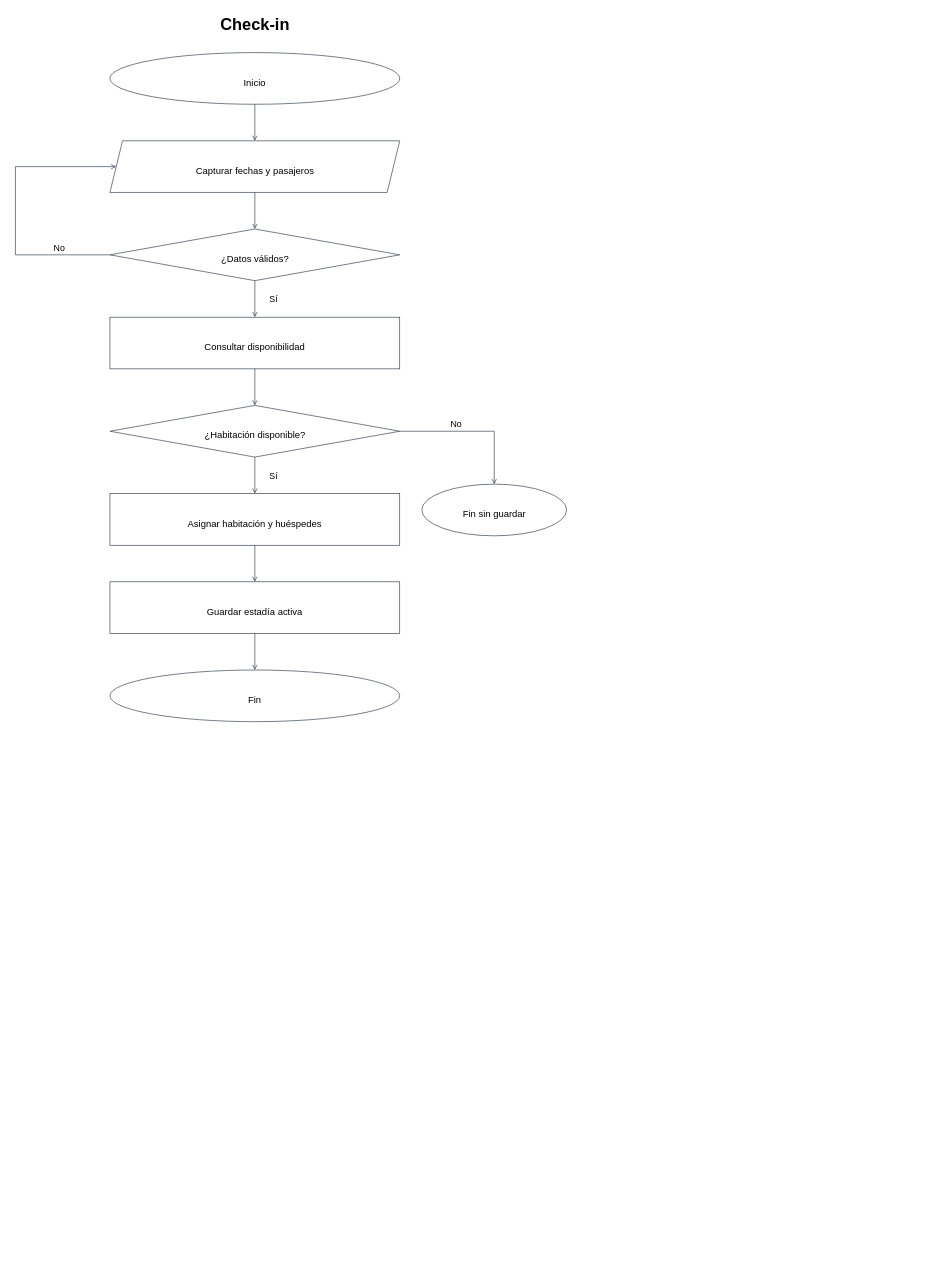
Above: diagramas-editables/flujo-check-in.drawio in Yutre3/hotel-duerme-bien (draw.io), before the change. Source tidied: cells renumbered, new cells numbered last; positions are measured from the earlier drawing's top-left corner, leaving out a move shared by most shapes. Both pictures are drawn from the tidied source at 63%, with x=0, y=0 at pixel (15, 11).
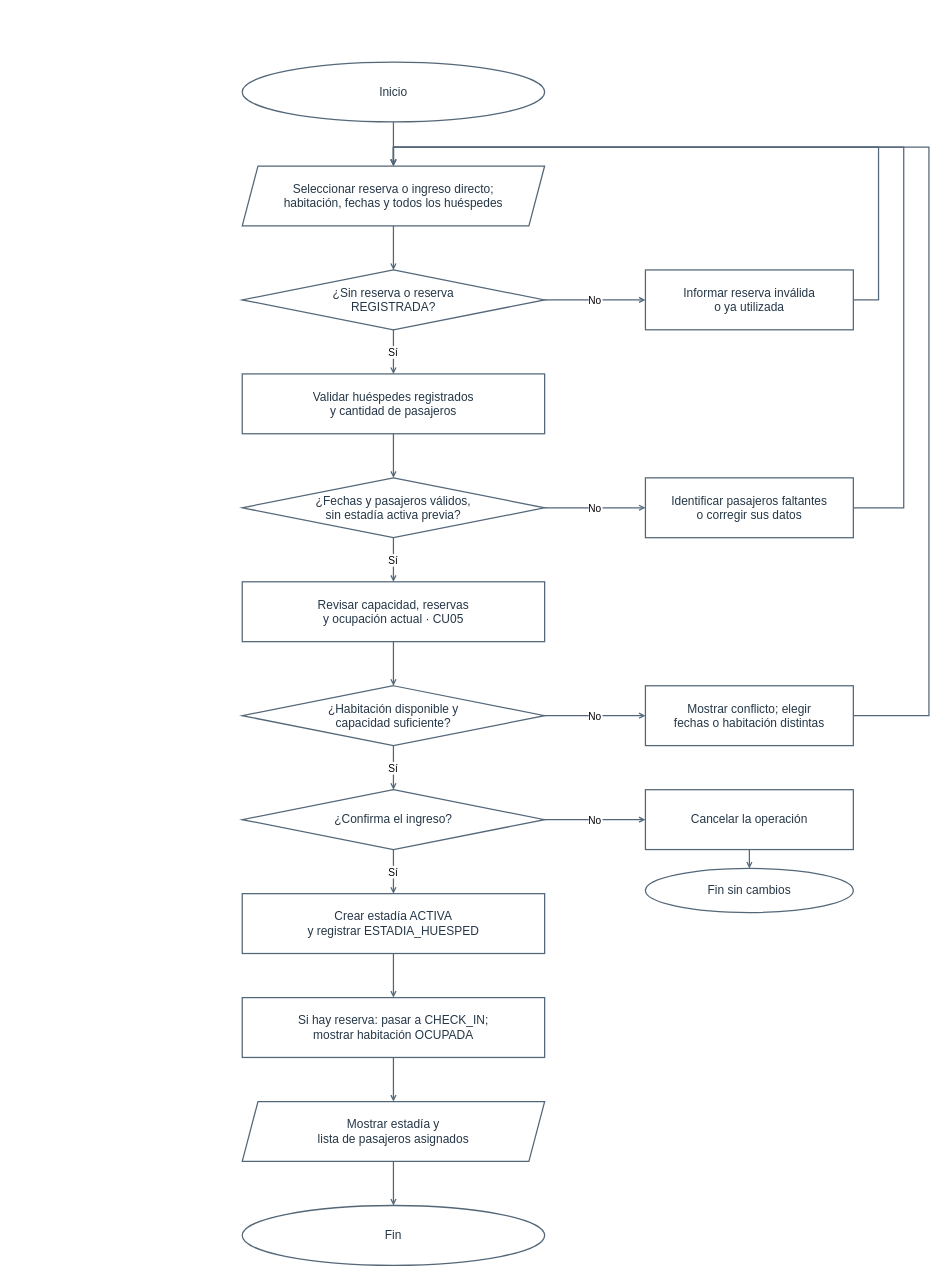
After the change.

Change to the diagram source:
```diff
@@
-    <mxCell id="2" value="Check-in" style="text;html=0;whiteSpace=wrap;strokeColor=none;fillColor=none;align=center;fontSize=26.0;fontStyle=1;" parent="1" vertex="1">
-      <mxGeometry x="317.6" width="124.8" height="36.4" as="geometry" />
-    </mxCell>
-    <mxCell id="3" style="html=0;strokeColor=#263545;fillColor=#ffffff;shape=ellipse;" parent="1" vertex="1">
-      <mxGeometry x="150" y="66" width="460" height="82" as="geometry" />
-    </mxCell>
-    <mxCell id="4" value="Inicio" style="text;html=0;whiteSpace=wrap;strokeColor=none;fillColor=none;align=center;fontSize=15.0;fontStyle=0;" parent="1" vertex="1">
-      <mxGeometry x="353" y="98" width="54" height="21" as="geometry" />
+    <mxCell id="4" value="Inicio" style="ellipse;html=0;whiteSpace=wrap;strokeColor=#546778;strokeWidth=2;fillColor=#ffffff;fontColor=#253747;fontSize=19;" parent="1" vertex="1">
+      <mxGeometry x="360" y="81" width="480" height="95" as="geometry" />
     </mxCell>
-    <mxCell id="5" style="html=0;strokeColor=#263545;endArrow=open;" parent="1" edge="1">
-      <mxGeometry relative="1" as="geometry">
-        <mxPoint x="380" y="148" as="sourcePoint" />
-        <mxPoint x="380" y="206" as="targetPoint" />
-      </mxGeometry>
-    </mxCell>
-    <mxCell id="6" style="html=0;strokeColor=#263545;fillColor=#ffffff;shape=parallelogram;fixedSize=1;size=20;" parent="1" vertex="1">
-      <mxGeometry x="150" y="206" width="460" height="82" as="geometry" />
-    </mxCell>
-    <mxCell id="7" value="Capturar fechas y pasajeros" style="text;html=0;whiteSpace=wrap;strokeColor=none;fillColor=none;align=center;fontSize=15.0;fontStyle=0;" parent="1" vertex="1">
-      <mxGeometry x="258.5" y="238" width="243" height="21" as="geometry" />
-    </mxCell>
-    <mxCell id="8" style="html=0;strokeColor=#263545;endArrow=open;" parent="1" edge="1">
-      <mxGeometry relative="1" as="geometry">
-        <mxPoint x="380" y="288" as="sourcePoint" />
-        <mxPoint x="380" y="346" as="targetPoint" />
-      </mxGeometry>
-    </mxCell>
-    <mxCell id="9" style="html=0;strokeColor=#263545;fillColor=#ffffff;shape=rhombus;" parent="1" vertex="1">
-      <mxGeometry x="150" y="346" width="460" height="82" as="geometry" />
-    </mxCell>
-    <mxCell id="10" value="¿Datos válidos?" style="text;html=0;whiteSpace=wrap;strokeColor=none;fillColor=none;align=center;fontSize=15.0;fontStyle=0;" parent="1" vertex="1">
-      <mxGeometry x="312.5" y="378" width="135" height="21" as="geometry" />
-    </mxCell>
-    <mxCell id="11" style="html=0;strokeColor=#263545;endArrow=open;" parent="1" edge="1">
-      <mxGeometry relative="1" as="geometry">
-        <mxPoint x="380" y="428" as="sourcePoint" />
-        <mxPoint x="380" y="486" as="targetPoint" />
-      </mxGeometry>
-    </mxCell>
-    <mxCell id="12" value="Sí" style="text;html=0;whiteSpace=wrap;strokeColor=none;fillColor=none;align=center;fontSize=14.0;fontStyle=0;" parent="1" vertex="1">
-      <mxGeometry x="390" y="443" width="40" height="19.6" as="geometry" />
-    </mxCell>
-    <mxCell id="13" style="html=0;strokeColor=#263545;fillColor=#ffffff;shape=rectangle;" parent="1" vertex="1">
-      <mxGeometry x="150" y="486" width="460" height="82" as="geometry" />
-    </mxCell>
-    <mxCell id="14" value="Consultar disponibilidad" style="text;html=0;whiteSpace=wrap;strokeColor=none;fillColor=none;align=center;fontSize=15.0;fontStyle=0;" parent="1" vertex="1">
-      <mxGeometry x="272" y="518" width="216" height="21" as="geometry" />
-    </mxCell>
-    <mxCell id="15" style="html=0;strokeColor=#263545;endArrow=open;" parent="1" edge="1">
-      <mxGeometry relative="1" as="geometry">
-        <mxPoint x="380" y="568" as="sourcePoint" />
-        <mxPoint x="380" y="626" as="targetPoint" />
-      </mxGeometry>
-    </mxCell>
-    <mxCell id="16" style="html=0;strokeColor=#263545;fillColor=#ffffff;shape=rhombus;" parent="1" vertex="1">
-      <mxGeometry x="150" y="626" width="460" height="82" as="geometry" />
-    </mxCell>
-    <mxCell id="17" value="¿Habitación disponible?" style="text;html=0;whiteSpace=wrap;strokeColor=none;fillColor=none;align=center;fontSize=15.0;fontStyle=0;" parent="1" vertex="1">
-      <mxGeometry x="276.5" y="658" width="207" height="21" as="geometry" />
-    </mxCell>
-    <mxCell id="18" style="html=0;strokeColor=#263545;endArrow=open;" parent="1" edge="1">
-      <mxGeometry relative="1" as="geometry">
-        <mxPoint x="380" y="708" as="sourcePoint" />
-        <mxPoint x="380" y="766" as="targetPoint" />
-      </mxGeometry>
-    </mxCell>
-    <mxCell id="19" value="Sí" style="text;html=0;whiteSpace=wrap;strokeColor=none;fillColor=none;align=center;fontSize=14.0;fontStyle=0;" parent="1" vertex="1">
-      <mxGeometry x="390" y="723" width="40" height="19.6" as="geometry" />
-    </mxCell>
-    <mxCell id="20" style="html=0;strokeColor=#263545;fillColor=#ffffff;shape=rectangle;" parent="1" vertex="1">
-      <mxGeometry x="150" y="766" width="460" height="82" as="geometry" />
-    </mxCell>
-    <mxCell id="21" value="Asignar habitación y huéspedes" style="text;html=0;whiteSpace=wrap;strokeColor=none;fillColor=none;align=center;fontSize=15.0;fontStyle=0;" parent="1" vertex="1">
-      <mxGeometry x="245" y="798" width="270" height="21" as="geometry" />
-    </mxCell>
-    <mxCell id="22" style="html=0;strokeColor=#263545;endArrow=open;" parent="1" edge="1">
-      <mxGeometry relative="1" as="geometry">
-        <mxPoint x="380" y="848" as="sourcePoint" />
-        <mxPoint x="380" y="906" as="targetPoint" />
-      </mxGeometry>
-    </mxCell>
-    <mxCell id="23" style="html=0;strokeColor=#263545;fillColor=#ffffff;shape=rectangle;" parent="1" vertex="1">
-      <mxGeometry x="150" y="906" width="460" height="82" as="geometry" />
-    </mxCell>
-    <mxCell id="24" value="Guardar estadía activa" style="text;html=0;whiteSpace=wrap;strokeColor=none;fillColor=none;align=center;fontSize=15.0;fontStyle=0;" parent="1" vertex="1">
-      <mxGeometry x="281" y="938" width="198" height="21" as="geometry" />
-    </mxCell>
-    <mxCell id="25" style="html=0;strokeColor=#263545;endArrow=open;" parent="1" edge="1">
-      <mxGeometry relative="1" as="geometry">
-        <mxPoint x="380" y="988" as="sourcePoint" />
-        <mxPoint x="380" y="1046" as="targetPoint" />
-      </mxGeometry>
-    </mxCell>
-    <mxCell id="26" style="html=0;strokeColor=#263545;fillColor=#ffffff;shape=ellipse;" parent="1" vertex="1">
-      <mxGeometry x="150" y="1046" width="460" height="82" as="geometry" />
-    </mxCell>
+    <mxCell id="37" value="Seleccionar reserva o ingreso directo;&#10;habitación, fechas y todos los huéspedes" style="shape=parallelogram;fixedSize=1;size=25;html=0;whiteSpace=wrap;strokeColor=#546778;strokeWidth=2;fillColor=#ffffff;fontColor=#253747;fontSize=19;" parent="1" vertex="1">
+      <mxGeometry x="360" y="246" width="480" height="95" as="geometry" />
+    </mxCell>
+    <mxCell id="38" value="¿Sin reserva o reserva&#10;REGISTRADA?" style="rhombus;html=0;whiteSpace=wrap;strokeColor=#546778;strokeWidth=2;fillColor=#ffffff;fontColor=#253747;fontSize=19;" parent="1" vertex="1">
+      <mxGeometry x="360" y="411" width="480" height="95" as="geometry" />
+    </mxCell>
+    <mxCell id="39" value="Validar huéspedes registrados&#10;y cantidad de pasajeros" style="rounded=0;html=0;whiteSpace=wrap;strokeColor=#546778;strokeWidth=2;fillColor=#ffffff;fontColor=#253747;fontSize=19;" parent="1" vertex="1">
+      <mxGeometry x="360" y="576" width="480" height="95" as="geometry" />
+    </mxCell>
+    <mxCell id="40" value="¿Fechas y pasajeros válidos,&#10;sin estadía activa previa?" style="rhombus;html=0;whiteSpace=wrap;strokeColor=#546778;strokeWidth=2;fillColor=#ffffff;fontColor=#253747;fontSize=19;" parent="1" vertex="1">
+      <mxGeometry x="360" y="741" width="480" height="95" as="geometry" />
+    </mxCell>
+    <mxCell id="41" value="Revisar capacidad, reservas&#10;y ocupación actual · CU05" style="rounded=0;html=0;whiteSpace=wrap;strokeColor=#546778;strokeWidth=2;fillColor=#ffffff;fontColor=#253747;fontSize=19;" parent="1" vertex="1">
+      <mxGeometry x="360" y="906" width="480" height="95" as="geometry" />
+    </mxCell>
+    <mxCell id="42" value="¿Habitación disponible y&#10;capacidad suficiente?" style="rhombus;html=0;whiteSpace=wrap;strokeColor=#546778;strokeWidth=2;fillColor=#ffffff;fontColor=#253747;fontSize=19;" parent="1" vertex="1">
+      <mxGeometry x="360" y="1071" width="480" height="95" as="geometry" />
+    </mxCell>
+    <mxCell id="43" value="¿Confirma el ingreso?" style="rhombus;html=0;whiteSpace=wrap;strokeColor=#546778;strokeWidth=2;fillColor=#ffffff;fontColor=#253747;fontSize=19;" parent="1" vertex="1">
+      <mxGeometry x="360" y="1236" width="480" height="95" as="geometry" />
+    </mxCell>
+    <mxCell id="44" value="Crear estadía ACTIVA&#10;y registrar ESTADIA_HUESPED" style="rounded=0;html=0;whiteSpace=wrap;strokeColor=#546778;strokeWidth=2;fillColor=#ffffff;fontColor=#253747;fontSize=19;" parent="1" vertex="1">
+      <mxGeometry x="360" y="1401" width="480" height="95" as="geometry" />
+    </mxCell>
+    <mxCell id="45" value="Si hay reserva: pasar a CHECK_IN;&#10;mostrar habitación OCUPADA" style="rounded=0;html=0;whiteSpace=wrap;strokeColor=#546778;strokeWidth=2;fillColor=#ffffff;fontColor=#253747;fontSize=19;" parent="1" vertex="1">
+      <mxGeometry x="360" y="1566" width="480" height="95" as="geometry" />
+    </mxCell>
+    <mxCell id="46" value="Mostrar estadía y&#10;lista de pasajeros asignados" style="shape=parallelogram;fixedSize=1;size=25;html=0;whiteSpace=wrap;strokeColor=#546778;strokeWidth=2;fillColor=#ffffff;fontColor=#253747;fontSize=19;" parent="1" vertex="1">
+      <mxGeometry x="360" y="1731" width="480" height="95" as="geometry" />
+    </mxCell>
-    <mxCell id="27" value="Fin" style="text;html=0;whiteSpace=wrap;strokeColor=none;fillColor=none;align=center;fontSize=15.0;fontStyle=0;" parent="1" vertex="1">
-      <mxGeometry x="360" y="1078" width="40" height="21" as="geometry" />
+    <mxCell id="27" value="Fin" style="ellipse;html=0;whiteSpace=wrap;strokeColor=#546778;strokeWidth=2;fillColor=#ffffff;fontColor=#253747;fontSize=19;" parent="1" vertex="1">
+      <mxGeometry x="360" y="1896" width="480" height="95" as="geometry" />
     </mxCell>
-    <mxCell id="28" style="html=0;strokeColor=#263545;endArrow=none;" parent="1" edge="1">
-      <mxGeometry relative="1" as="geometry">
-        <mxPoint x="150" y="387" as="sourcePoint" />
-        <mxPoint y="387" as="targetPoint" />
-      </mxGeometry>
-    </mxCell>
-    <mxCell id="29" style="html=0;strokeColor=#263545;endArrow=none;" parent="1" edge="1">
-      <mxGeometry relative="1" as="geometry">
-        <mxPoint y="387" as="sourcePoint" />
-        <mxPoint y="247" as="targetPoint" />
-      </mxGeometry>
-    </mxCell>
-    <mxCell id="30" style="html=0;strokeColor=#263545;endArrow=open;" parent="1" edge="1">
-      <mxGeometry relative="1" as="geometry">
-        <mxPoint y="247" as="sourcePoint" />
-        <mxPoint x="160" y="247" as="targetPoint" />
-      </mxGeometry>
-    </mxCell>
-    <mxCell id="31" value="No" style="text;html=0;whiteSpace=wrap;strokeColor=none;fillColor=none;align=center;fontSize=14.0;fontStyle=0;" parent="1" vertex="1">
-      <mxGeometry x="50" y="361" width="40" height="19.6" as="geometry" />
-    </mxCell>
-    <mxCell id="32" style="html=0;strokeColor=#263545;endArrow=none;" parent="1" edge="1">
-      <mxGeometry relative="1" as="geometry">
-        <mxPoint x="610" y="667" as="sourcePoint" />
-        <mxPoint x="760" y="667" as="targetPoint" />
-      </mxGeometry>
-    </mxCell>
-    <mxCell id="33" style="html=0;strokeColor=#263545;endArrow=open;" parent="1" edge="1">
-      <mxGeometry relative="1" as="geometry">
-        <mxPoint x="760" y="667" as="sourcePoint" />
-        <mxPoint x="760" y="751" as="targetPoint" />
-      </mxGeometry>
-    </mxCell>
-    <mxCell id="34" value="No" style="text;html=0;whiteSpace=wrap;strokeColor=none;fillColor=none;align=center;fontSize=14.0;fontStyle=0;" parent="1" vertex="1">
-      <mxGeometry x="680" y="641" width="40" height="19.6" as="geometry" />
-    </mxCell>
-    <mxCell id="35" style="html=0;strokeColor=#263545;fillColor=#ffffff;shape=ellipse;" parent="1" vertex="1">
-      <mxGeometry x="645" y="751" width="230" height="82" as="geometry" />
-    </mxCell>
-    <mxCell id="36" value="Fin sin guardar" style="text;html=0;whiteSpace=wrap;strokeColor=none;fillColor=none;align=center;fontSize=15.0;fontStyle=0;" parent="1" vertex="1">
-      <mxGeometry x="692.5" y="783" width="135" height="21" as="geometry" />
-    </mxCell>
+    <mxCell id="47" value="Informar reserva inválida&#10;o ya utilizada" style="rounded=0;html=0;whiteSpace=wrap;strokeColor=#546778;strokeWidth=2;fillColor=#ffffff;fontColor=#253747;fontSize=19;" parent="1" vertex="1">
+      <mxGeometry x="1000" y="411" width="330" height="95" as="geometry" />
+    </mxCell>
+    <mxCell id="48" value="Identificar pasajeros faltantes&#10;o corregir sus datos" style="rounded=0;html=0;whiteSpace=wrap;strokeColor=#546778;strokeWidth=2;fillColor=#ffffff;fontColor=#253747;fontSize=19;" parent="1" vertex="1">
+      <mxGeometry x="1000" y="741" width="330" height="95" as="geometry" />
+    </mxCell>
+    <mxCell id="49" value="Mostrar conflicto; elegir&#10;fechas o habitación distintas" style="rounded=0;html=0;whiteSpace=wrap;strokeColor=#546778;strokeWidth=2;fillColor=#ffffff;fontColor=#253747;fontSize=19;" parent="1" vertex="1">
+      <mxGeometry x="1000" y="1071" width="330" height="95" as="geometry" />
+    </mxCell>
+    <mxCell id="50" value="Cancelar la operación" style="rounded=0;html=0;whiteSpace=wrap;strokeColor=#546778;strokeWidth=2;fillColor=#ffffff;fontColor=#253747;fontSize=19;" parent="1" vertex="1">
+      <mxGeometry x="1000" y="1236" width="330" height="95" as="geometry" />
+    </mxCell>
+    <mxCell id="51" value="Fin sin cambios" style="ellipse;html=0;whiteSpace=wrap;strokeColor=#546778;strokeWidth=2;fillColor=#ffffff;fontColor=#253747;fontSize=19;" parent="1" vertex="1">
+      <mxGeometry x="1000" y="1361" width="330" height="70" as="geometry" />
+    </mxCell>
+    <mxCell id="52" style="html=0;edgeStyle=none;rounded=0;strokeWidth=2;strokeColor=#546778;fontSize=16;endArrow=open;endFill=0;startArrow=none;startFill=0;exitX=0.5;exitY=1;exitPerimeter=0;entryX=0.5;entryY=0;entryPerimeter=0;" parent="1" edge="1" source="4" target="37">
+      <mxGeometry relative="1" as="geometry" />
+    </mxCell>
+    <mxCell id="53" style="html=0;edgeStyle=none;rounded=0;strokeWidth=2;strokeColor=#546778;fontSize=16;endArrow=open;endFill=0;startArrow=none;startFill=0;exitX=0.5;exitY=1;exitPerimeter=0;entryX=0.5;entryY=0;entryPerimeter=0;" parent="1" edge="1" source="37" target="38">
+      <mxGeometry relative="1" as="geometry" />
+    </mxCell>
+    <mxCell id="54" value="Sí" style="html=0;edgeStyle=none;rounded=0;strokeWidth=2;strokeColor=#546778;fontSize=16;endArrow=open;endFill=0;startArrow=none;startFill=0;exitX=0.5;exitY=1;exitPerimeter=0;entryX=0.5;entryY=0;entryPerimeter=0;" parent="1" edge="1" source="38" target="39">
+      <mxGeometry relative="1" as="geometry" />
+    </mxCell>
+    <mxCell id="55" style="html=0;edgeStyle=none;rounded=0;strokeWidth=2;strokeColor=#546778;fontSize=16;endArrow=open;endFill=0;startArrow=none;startFill=0;exitX=0.5;exitY=1;exitPerimeter=0;entryX=0.5;entryY=0;entryPerimeter=0;" parent="1" edge="1" source="39" target="40">
+      <mxGeometry relative="1" as="geometry" />
+    </mxCell>
+    <mxCell id="56" value="Sí" style="html=0;edgeStyle=none;rounded=0;strokeWidth=2;strokeColor=#546778;fontSize=16;endArrow=open;endFill=0;startArrow=none;startFill=0;exitX=0.5;exitY=1;exitPerimeter=0;entryX=0.5;entryY=0;entryPerimeter=0;" parent="1" edge="1" source="40" target="41">
+      <mxGeometry relative="1" as="geometry" />
+    </mxCell>
+    <mxCell id="57" style="html=0;edgeStyle=none;rounded=0;strokeWidth=2;strokeColor=#546778;fontSize=16;endArrow=open;endFill=0;startArrow=none;startFill=0;exitX=0.5;exitY=1;exitPerimeter=0;entryX=0.5;entryY=0;entryPerimeter=0;" parent="1" edge="1" source="41" target="42">
+      <mxGeometry relative="1" as="geometry" />
+    </mxCell>
+    <mxCell id="58" value="Sí" style="html=0;edgeStyle=none;rounded=0;strokeWidth=2;strokeColor=#546778;fontSize=16;endArrow=open;endFill=0;startArrow=none;startFill=0;exitX=0.5;exitY=1;exitPerimeter=0;entryX=0.5;entryY=0;entryPerimeter=0;" parent="1" edge="1" source="42" target="43">
+      <mxGeometry relative="1" as="geometry" />
+    </mxCell>
+    <mxCell id="59" value="Sí" style="html=0;edgeStyle=none;rounded=0;strokeWidth=2;strokeColor=#546778;fontSize=16;endArrow=open;endFill=0;startArrow=none;startFill=0;exitX=0.5;exitY=1;exitPerimeter=0;entryX=0.5;entryY=0;entryPerimeter=0;" parent="1" edge="1" source="43" target="44">
+      <mxGeometry relative="1" as="geometry" />
+    </mxCell>
+    <mxCell id="60" style="html=0;edgeStyle=none;rounded=0;strokeWidth=2;strokeColor=#546778;fontSize=16;endArrow=open;endFill=0;startArrow=none;startFill=0;exitX=0.5;exitY=1;exitPerimeter=0;entryX=0.5;entryY=0;entryPerimeter=0;" parent="1" edge="1" source="44" target="45">
+      <mxGeometry relative="1" as="geometry" />
+    </mxCell>
+    <mxCell id="61" style="html=0;edgeStyle=none;rounded=0;strokeWidth=2;strokeColor=#546778;fontSize=16;endArrow=open;endFill=0;startArrow=none;startFill=0;exitX=0.5;exitY=1;exitPerimeter=0;entryX=0.5;entryY=0;entryPerimeter=0;" parent="1" edge="1" source="45" target="46">
+      <mxGeometry relative="1" as="geometry" />
+    </mxCell>
+    <mxCell id="62" style="html=0;edgeStyle=none;rounded=0;strokeWidth=2;strokeColor=#546778;fontSize=16;endArrow=open;endFill=0;startArrow=none;startFill=0;exitX=0.5;exitY=1;exitPerimeter=0;entryX=0.5;entryY=0;entryPerimeter=0;" parent="1" edge="1" source="46" target="27">
+      <mxGeometry relative="1" as="geometry" />
+    </mxCell>
+    <mxCell id="63" value="No" style="html=0;edgeStyle=none;rounded=0;strokeWidth=2;strokeColor=#546778;fontSize=16;endArrow=open;endFill=0;startArrow=none;startFill=0;exitX=1;exitY=0.5;exitPerimeter=0;entryX=0;entryY=0.5;entryPerimeter=0;" parent="1" edge="1" source="38" target="47">
+      <mxGeometry relative="1" as="geometry" />
+    </mxCell>
+    <mxCell id="64" style="html=0;edgeStyle=none;rounded=0;strokeWidth=2;strokeColor=#546778;fontSize=16;endArrow=open;endFill=0;startArrow=none;startFill=0;exitX=1;exitY=0.5;exitPerimeter=0;entryX=0.5;entryY=0;entryPerimeter=0;" parent="1" edge="1" source="47" target="37">
+      <mxGeometry relative="1" as="geometry">
+        <Array as="points">
+          <mxPoint x="1370" y="458.5" />
+          <mxPoint x="1370" y="216" />
+          <mxPoint x="600" y="216" />
+        </Array>
+      </mxGeometry>
+    </mxCell>
+    <mxCell id="65" value="No" style="html=0;edgeStyle=none;rounded=0;strokeWidth=2;strokeColor=#546778;fontSize=16;endArrow=open;endFill=0;startArrow=none;startFill=0;exitX=1;exitY=0.5;exitPerimeter=0;entryX=0;entryY=0.5;entryPerimeter=0;" parent="1" edge="1" source="40" target="48">
+      <mxGeometry relative="1" as="geometry" />
+    </mxCell>
+    <mxCell id="66" style="html=0;edgeStyle=none;rounded=0;strokeWidth=2;strokeColor=#546778;fontSize=16;endArrow=open;endFill=0;startArrow=none;startFill=0;exitX=1;exitY=0.5;exitPerimeter=0;entryX=0.5;entryY=0;entryPerimeter=0;" parent="1" edge="1" source="48" target="37">
+      <mxGeometry relative="1" as="geometry">
+        <Array as="points">
+          <mxPoint x="1410" y="788.5" />
+          <mxPoint x="1410" y="216" />
+          <mxPoint x="600" y="216" />
+        </Array>
+      </mxGeometry>
+    </mxCell>
+    <mxCell id="67" value="No" style="html=0;edgeStyle=none;rounded=0;strokeWidth=2;strokeColor=#546778;fontSize=16;endArrow=open;endFill=0;startArrow=none;startFill=0;exitX=1;exitY=0.5;exitPerimeter=0;entryX=0;entryY=0.5;entryPerimeter=0;" parent="1" edge="1" source="42" target="49">
+      <mxGeometry relative="1" as="geometry" />
+    </mxCell>
+    <mxCell id="68" style="html=0;edgeStyle=none;rounded=0;strokeWidth=2;strokeColor=#546778;fontSize=16;endArrow=open;endFill=0;startArrow=none;startFill=0;exitX=1;exitY=0.5;exitPerimeter=0;entryX=0.5;entryY=0;entryPerimeter=0;" parent="1" edge="1" source="49" target="37">
+      <mxGeometry relative="1" as="geometry">
+        <Array as="points">
+          <mxPoint x="1450" y="1118.5" />
+          <mxPoint x="1450" y="216" />
+          <mxPoint x="600" y="216" />
+        </Array>
+      </mxGeometry>
+    </mxCell>
+    <mxCell id="69" value="No" style="html=0;edgeStyle=none;rounded=0;strokeWidth=2;strokeColor=#546778;fontSize=16;endArrow=open;endFill=0;startArrow=none;startFill=0;exitX=1;exitY=0.5;exitPerimeter=0;entryX=0;entryY=0.5;entryPerimeter=0;" parent="1" edge="1" source="43" target="50">
+      <mxGeometry relative="1" as="geometry" />
+    </mxCell>
+    <mxCell id="70" style="html=0;edgeStyle=none;rounded=0;strokeWidth=2;strokeColor=#546778;fontSize=16;endArrow=open;endFill=0;startArrow=none;startFill=0;exitX=0.5;exitY=1;exitPerimeter=0;entryX=0.5;entryY=0;entryPerimeter=0;" parent="1" edge="1" source="50" target="51">
+      <mxGeometry relative="1" as="geometry" />
+    </mxCell>
```
